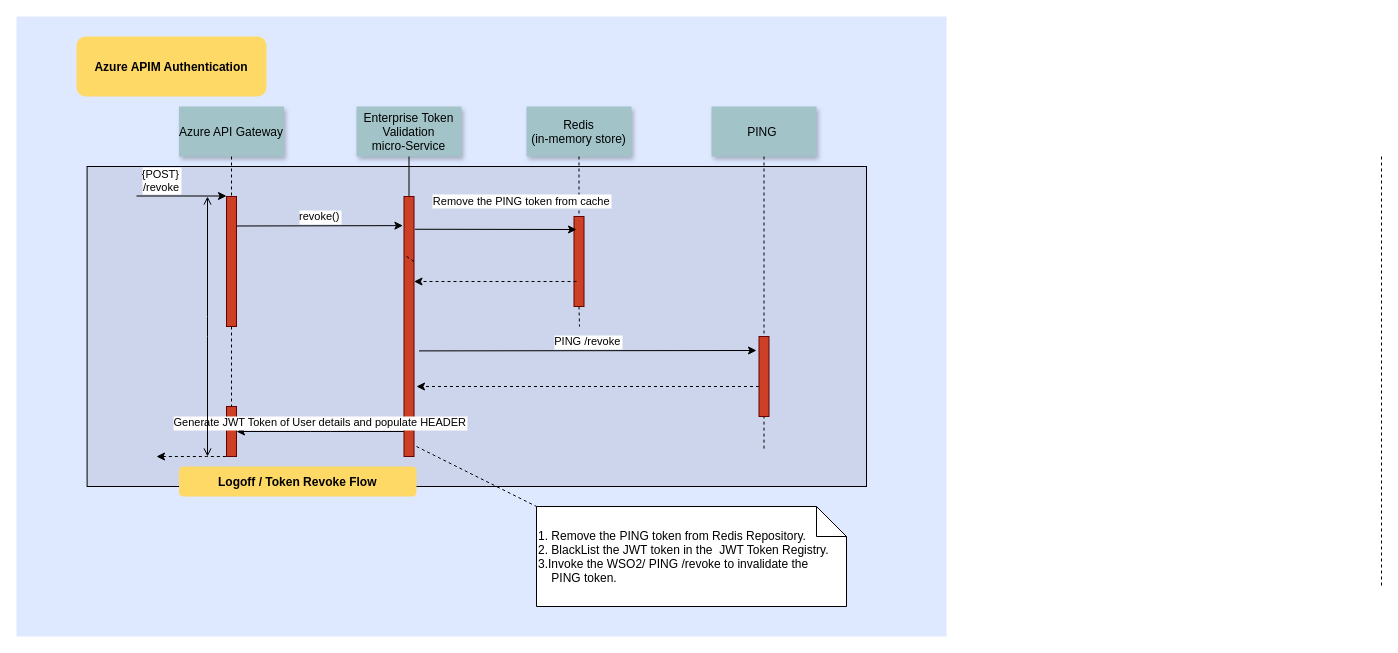
This is page "Azure B2C-PING Logoff" (4 of 12) of Micro service Auth/Authorization.drawio from neio100/orange, a draw.io file, before an edit. Source tidied: cells renumbered, new cells numbered last; positions are measured from the earlier drawing's top-left corner, leaving out a move shared by most shapes. Both pictures are drawn from the tidied source at 100%, with x=0, y=0 at pixel (16, 16).
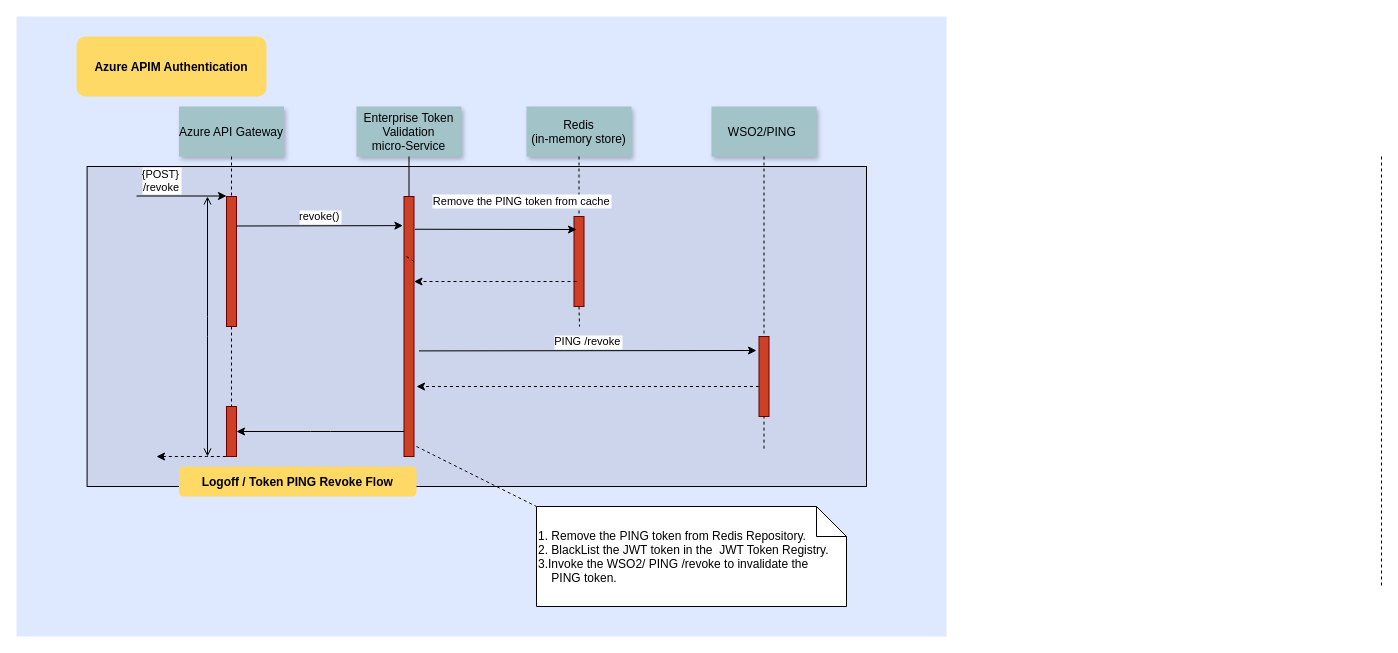
The same page after the edit.

Unchanged cells that the change refers to:
```xml
<mxCell id="11" style="fillColor=#CC4125;strokeColor=#660000;" parent="1" vertex="1">
  <mxGeometry x="387.5" y="180" width="10" height="260" as="geometry" />
</mxCell>
<mxCell id="22" style="fillColor=#CC4125;strokeColor=#660000;" parent="1" vertex="1">
  <mxGeometry x="210" y="390" width="10" height="50" as="geometry" />
</mxCell>
```

Diff of the diagram source:
```diff
@@
-    <mxCell id="15" value="PING " style="shadow=1;fillColor=#A2C4C9;strokeColor=none;" parent="1" vertex="1">
+    <mxCell id="15" value="WSO2/PING " style="shadow=1;fillColor=#A2C4C9;strokeColor=none;" parent="1" vertex="1">
       <mxGeometry x="695" y="90" width="105" height="50" as="geometry" />
     </mxCell>
@@
-    <mxCell id="23" value="Generate JWT Token of User details and populate HEADER" style="edgeStyle=elbowEdgeStyle;elbow=vertical;dashed=0;verticalLabelPosition=top;verticalAlign=bottom;align=center;labelPosition=center;" parent="1" edge="1" source="11" target="22">
+    <mxCell id="23" style="edgeStyle=elbowEdgeStyle;elbow=vertical;dashed=0;verticalLabelPosition=top;verticalAlign=bottom;align=center;labelPosition=center;" parent="1" edge="1" source="11" target="22">
       <mxGeometry x="190" y="329.8" as="geometry" />
     </mxCell>
@@
-    <mxCell id="29" value="Logoff / Token Revoke Flow" style="rounded=1;fontStyle=1;fillColor=#FFD966;strokeColor=none;" parent="1" vertex="1">
+    <mxCell id="29" value="Logoff / Token PING Revoke Flow" style="rounded=1;fontStyle=1;fillColor=#FFD966;strokeColor=none;" parent="1" vertex="1">
       <mxGeometry x="162.5" y="450" width="237.5" height="30" as="geometry" />
     </mxCell>
```
